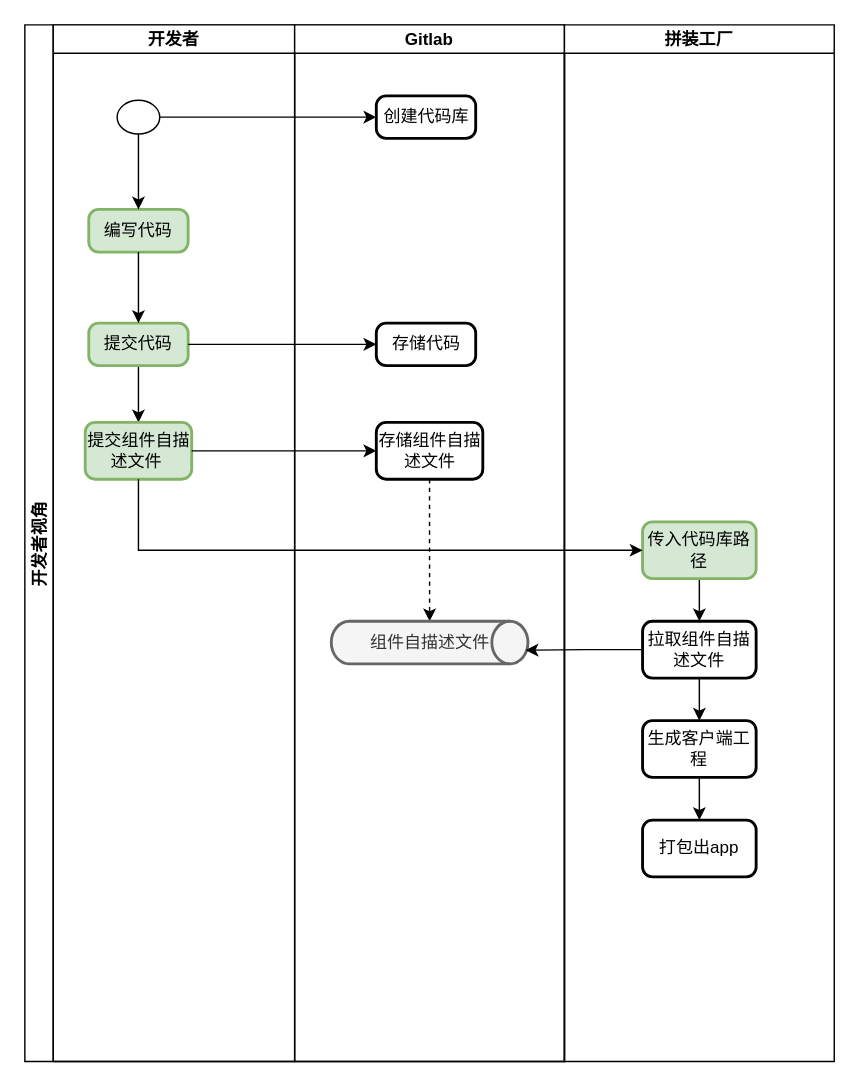
The draw.io diagram page "第 8 页" (8 of 9) of assembly-factory.drawio in kwhitestone/drawio, before the edit. Source tidied: cells renumbered, new cells numbered last; positions are measured from the earlier drawing's top-left corner, leaving out a move shared by most shapes. Both pictures are drawn from the tidied source at 142%, with x=0, y=0 at pixel (24, 24).
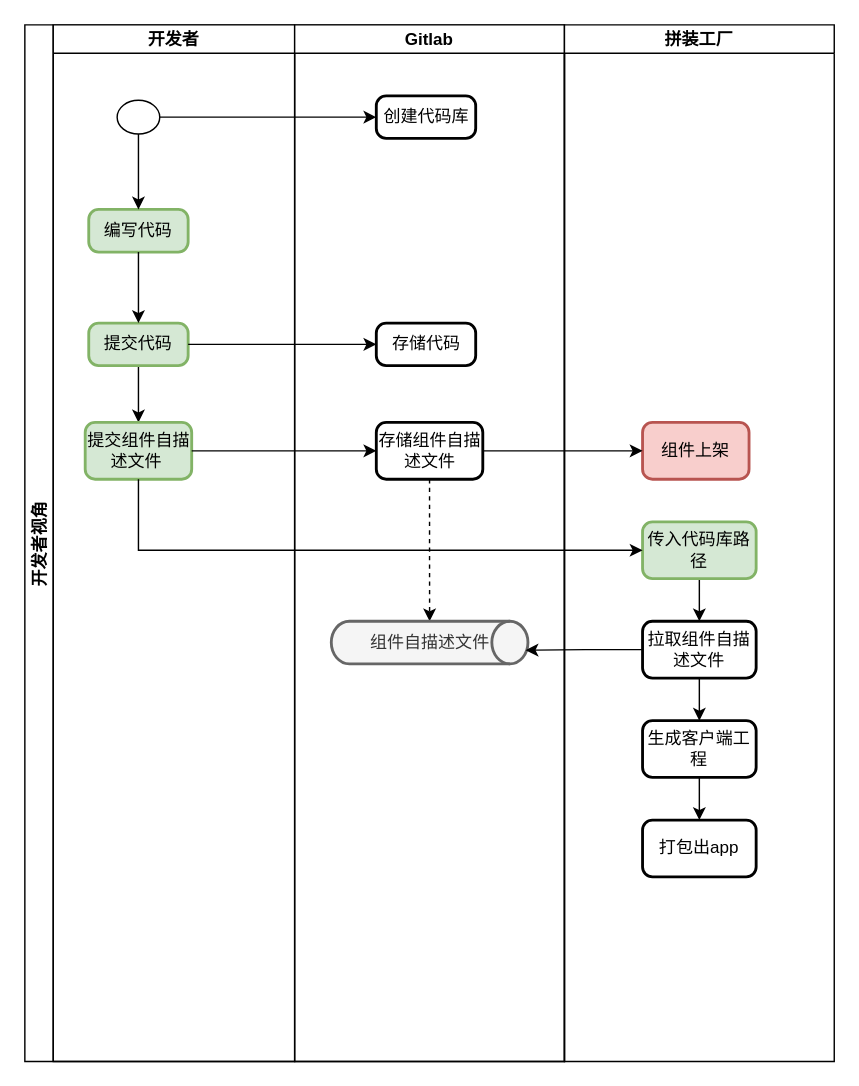
Above is the later version.

Unchanged cells that the change refers to:
```xml
<mxCell id="16" value="存储组件自描述文件" style="rounded=1;whiteSpace=wrap;html=1;absoluteArcSize=1;arcSize=14;strokeWidth=2;" parent="12" vertex="1">
  <mxGeometry x="57.5" y="280" width="75" height="40" as="geometry" />
</mxCell>
<mxCell id="20" value="拼装工厂" style="swimlane;startSize=20;" parent="1" vertex="1">
  <mxGeometry x="380" width="190" height="730" as="geometry" />
</mxCell>
```

What changed in the source:
```diff
@@
+    <mxCell id="30" value="组件上架" style="rounded=1;whiteSpace=wrap;html=1;absoluteArcSize=1;arcSize=14;strokeWidth=2;fillColor=#f8cecc;strokeColor=#b85450;" parent="20" vertex="1">
+      <mxGeometry x="55" y="280" width="75" height="40" as="geometry" />
+    </mxCell>
@@
+    <mxCell id="31" style="edgeStyle=orthogonalEdgeStyle;rounded=0;jettySize=auto;html=1;entryX=0;entryY=0.5;entryDx=0;entryDy=0;" parent="1" edge="1" source="16" target="30">
+      <mxGeometry relative="1" as="geometry" />
+    </mxCell>
```
